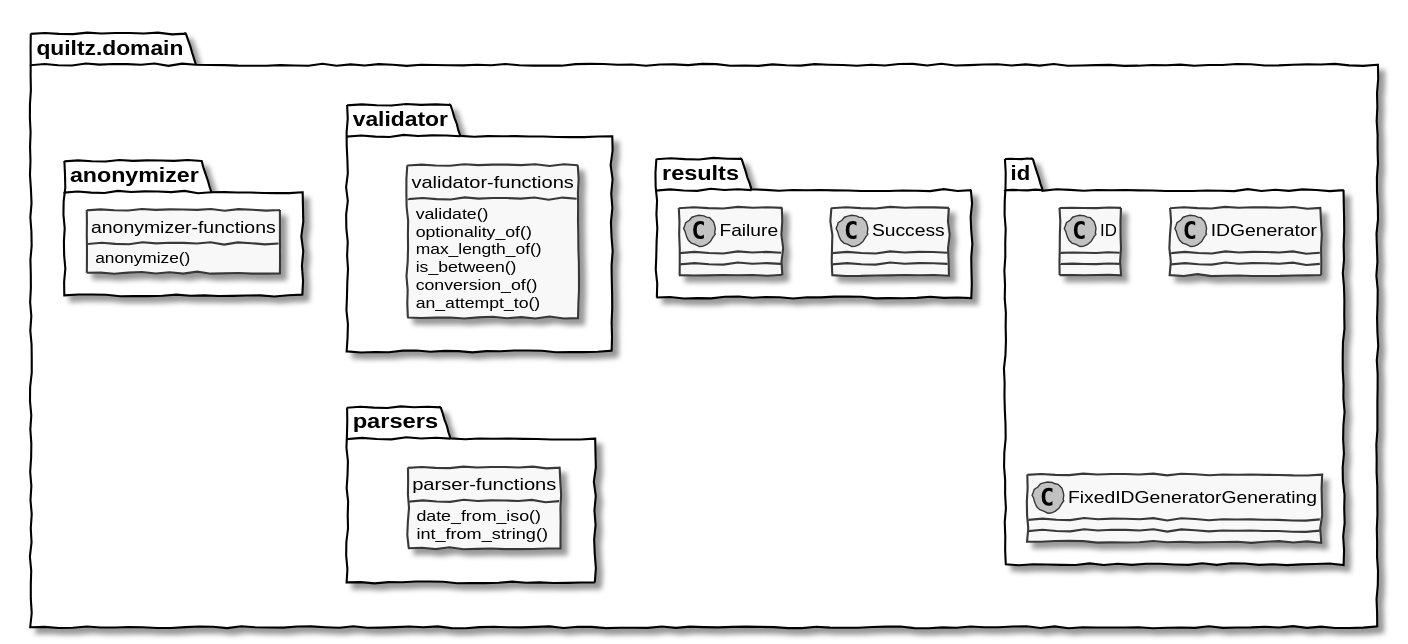
Before: doc/images/domain-lib.svg, a diagram exported from PlantUML (qwaneu/quiltz-domain). Its diagram source:
```plantuml
@startuml domain-lib
skinparam {
  handwritten true
  monochrome true
}
hide <<functions>> circle
hide <<functions>> attributes
hide <<functions>> stereotype
package quiltz.domain {
  package id {
    class ID
    class IDGenerator
    class FixedIDGeneratorGenerating
  }
  package results {
    class Success
    class Failure
  }
  package validator {
    class validator-functions <<functions>> {
      validate()
      optionality_of()
      max_length_of()
      is_between()
      conversion_of()
      an_attempt_to()
    }
  }
  package parsers {
    class parser-functions <<functions>> {
      date_from_iso()
      int_from_string()
    }
  }
  package anonymizer {
    class anonymizer-functions <<functions>> {
      anonymize()
    }
  }
}
validator +-[hidden]- parsers
@enduml
```
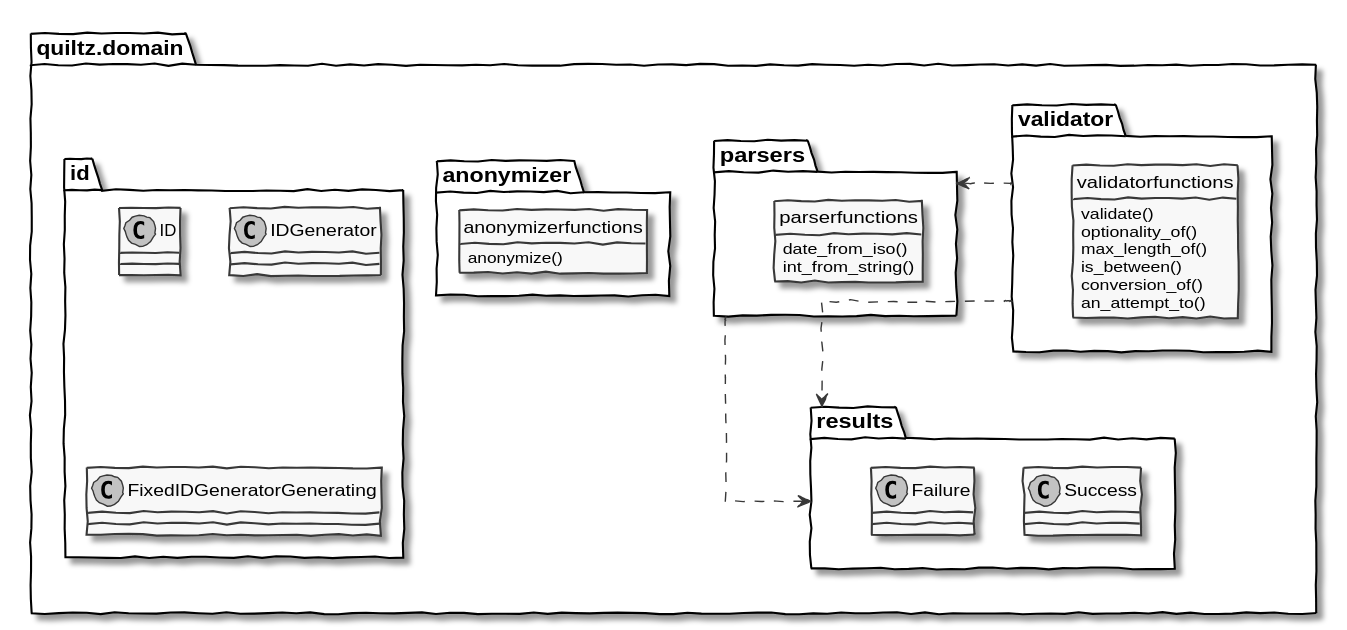
Later version of the same file.

Change to the diagram source:
```diff
@@ -2,22 +2,19 @@
 skinparam {
   handwritten true
   monochrome true
+  linetype ortho
 }
 hide <<functions>> circle
 hide <<functions>> attributes
 hide <<functions>> stereotype
+
 package quiltz.domain {
-  package id {
-    class ID
-    class IDGenerator
-    class FixedIDGeneratorGenerating
-  }
   package results {
     class Success
     class Failure
   }
   package validator {
-    class validator-functions <<functions>> {
+    class validatorfunctions <<functions>> {
       validate()
       optionality_of()
       max_length_of()
@@ -27,16 +24,24 @@
     }
   }
   package parsers {
-    class parser-functions <<functions>> {
+    class parserfunctions <<functions>> {
       date_from_iso()
       int_from_string()
     }
   }
   package anonymizer {
-    class anonymizer-functions <<functions>> {
+    class anonymizerfunctions <<functions>> {
       anonymize()
     }
   }
+  package id {
+    class ID
+    class IDGenerator
+    class FixedIDGeneratorGenerating
+  }
 }
-validator +-[hidden]- parsers
+validator .> parsers
+validator .> results
+parsers ..> results
+
 @enduml
```
